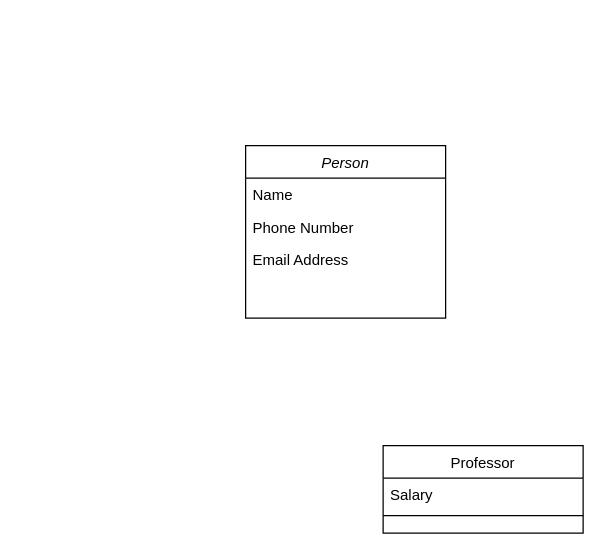
This is Untitled Diagram.drawio from BasharHazbar/Healthcare-Management-System-HCMS, a draw.io file, before an edit. Source tidied: cells renumbered, new cells numbered last; positions are measured from the earlier drawing's top-left corner, leaving out a move shared by most shapes. Both pictures are drawn from the tidied source at 125%, with x=0, y=0 at pixel (245, 145).
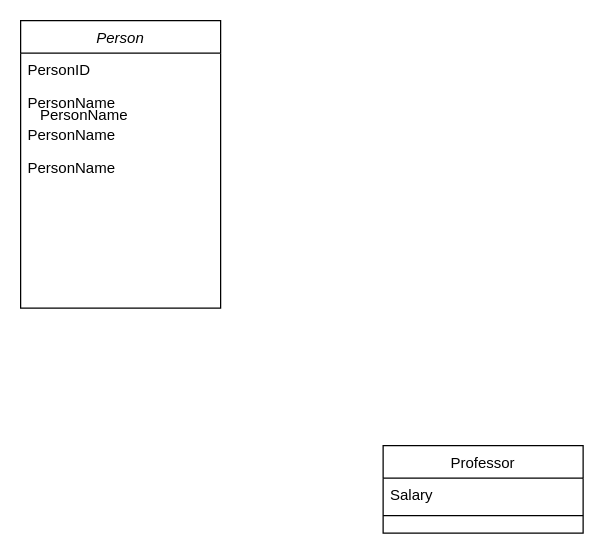
The same page after the edit.

The edit, as a diff of the source:
```diff
@@
 <mxGraphModel>
   <root>
     <mxCell id="0" />
     <mxCell id="1" parent="0" />
     <mxCell id="2" value="Person" style="swimlane;fontStyle=2;align=center;verticalAlign=top;horizontal=1;startSize=26;rounded=0;shadow=0;strokeWidth=1;" parent="1" vertex="1">
-      <mxGeometry width="160" height="138" as="geometry" />
+      <mxGeometry x="-180" y="-100" width="160" height="230" as="geometry" />
     </mxCell>
-    <mxCell id="3" value="Name" style="text;align=left;verticalAlign=top;spacingLeft=4;spacingRight=4;overflow=hidden;" parent="2" vertex="1">
-      <mxGeometry y="26" width="160" height="26" as="geometry" />
-    </mxCell>
-    <mxCell id="4" value="Phone Number" style="text;align=left;verticalAlign=top;spacingLeft=4;spacingRight=4;overflow=hidden;rounded=0;shadow=0;html=0;" parent="2" vertex="1">
-      <mxGeometry y="52" width="160" height="26" as="geometry" />
-    </mxCell>
-    <mxCell id="5" value="Email Address" style="text;align=left;verticalAlign=top;spacingLeft=4;spacingRight=4;overflow=hidden;rounded=0;shadow=0;html=0;" parent="2" vertex="1">
-      <mxGeometry y="78" width="160" height="26" as="geometry" />
+    <mxCell id="5" value="PersonID&#10;" style="text;align=left;verticalAlign=top;spacingLeft=4;spacingRight=4;overflow=hidden;rounded=0;shadow=0;html=0;" parent="2" vertex="1">
+      <mxGeometry y="26" width="160" height="26" as="geometry" />
     </mxCell>
+    <mxCell id="9" value="PersonName" style="text;align=left;verticalAlign=top;spacingLeft=4;spacingRight=4;overflow=hidden;rounded=0;shadow=0;html=0;" parent="2" vertex="1">
+      <mxGeometry y="52" width="160" height="26" as="geometry" />
+    </mxCell>
+    <mxCell id="10" value="PersonName" style="text;align=left;verticalAlign=top;spacingLeft=4;spacingRight=4;overflow=hidden;rounded=0;shadow=0;html=0;" parent="2" vertex="1">
+      <mxGeometry y="78" width="160" height="26" as="geometry" />
+    </mxCell>
+    <mxCell id="11" value="PersonName" style="text;align=left;verticalAlign=top;spacingLeft=4;spacingRight=4;overflow=hidden;rounded=0;shadow=0;html=0;" parent="2" vertex="1">
+      <mxGeometry y="104" width="160" height="26" as="geometry" />
+    </mxCell>
     <mxCell id="6" value="Professor" style="swimlane;fontStyle=0;align=center;verticalAlign=top;horizontal=1;startSize=26;rounded=0;shadow=0;strokeWidth=1;" parent="1" vertex="1">
       <mxGeometry x="110" y="240" width="160" height="70" as="geometry" />
     </mxCell>
     <mxCell id="7" value="Salary" style="text;align=left;verticalAlign=top;spacingLeft=4;spacingRight=4;overflow=hidden;" parent="6" vertex="1">
       <mxGeometry y="26" width="160" height="26" as="geometry" />
     </mxCell>
     <mxCell id="8" style="line;html=1;strokeWidth=1;align=left;verticalAlign=middle;spacingTop=-1;spacingLeft=3;spacingRight=3;labelPosition=right;" parent="6" vertex="1">
       <mxGeometry y="52" width="160" height="8" as="geometry" />
     </mxCell>
+    <mxCell id="12" value="PersonName" style="text;align=left;verticalAlign=top;spacingLeft=4;spacingRight=4;overflow=hidden;rounded=0;shadow=0;html=0;" parent="1" vertex="1">
+      <mxGeometry x="-170" y="-38" width="160" height="26" as="geometry" />
+    </mxCell>
   </root>
 </mxGraphModel>
```
